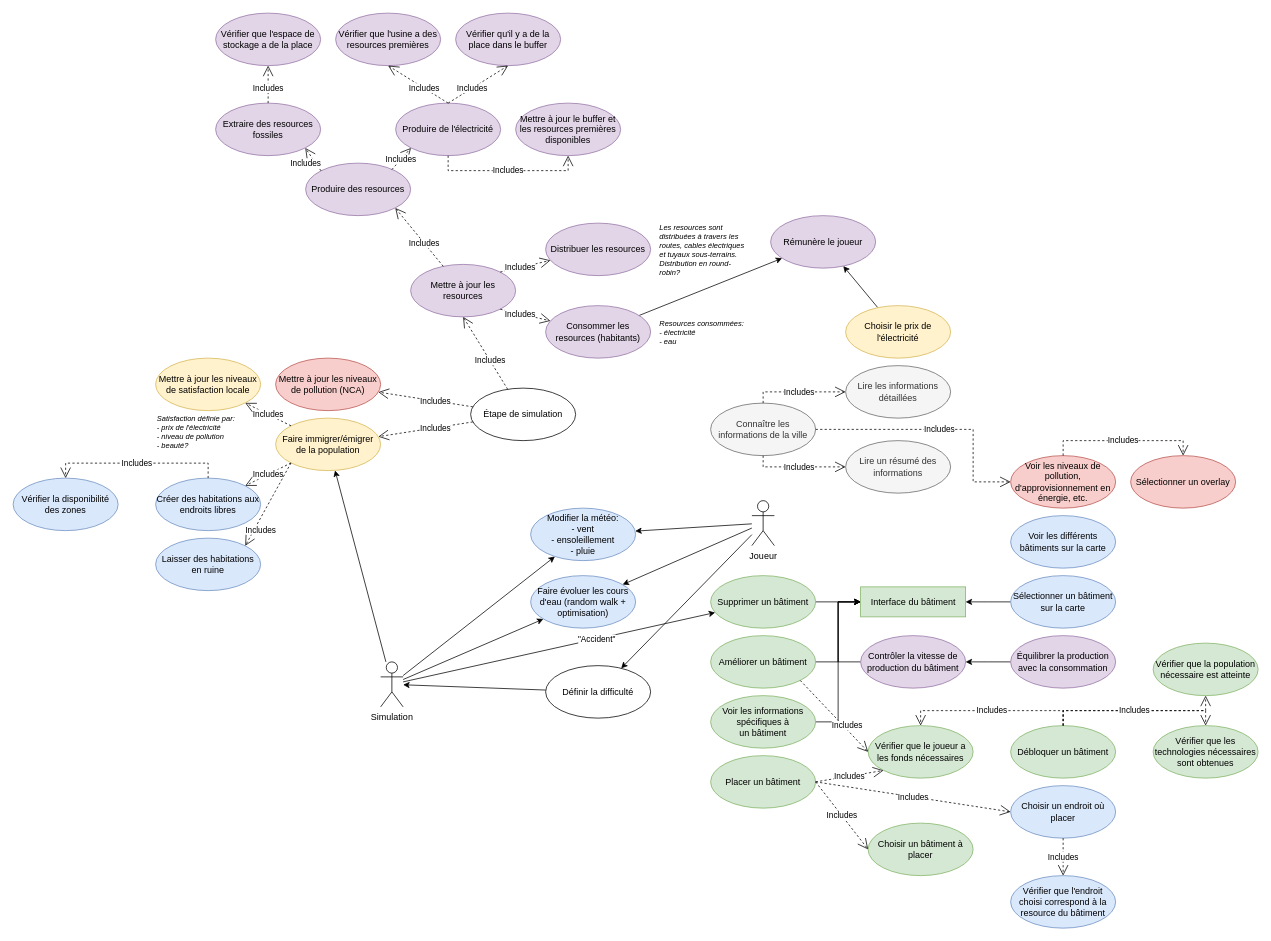
adri326/ap4b-project keeps this draw.io diagram as uml-usecases.drawio. Above is the earlier version. Source tidied: cells renumbered, new cells numbered last; positions are measured from the earlier drawing's top-left corner, leaving out a move shared by most shapes. Both pictures are drawn from the tidied source at 75%, with x=0, y=0 at pixel (13, 13).
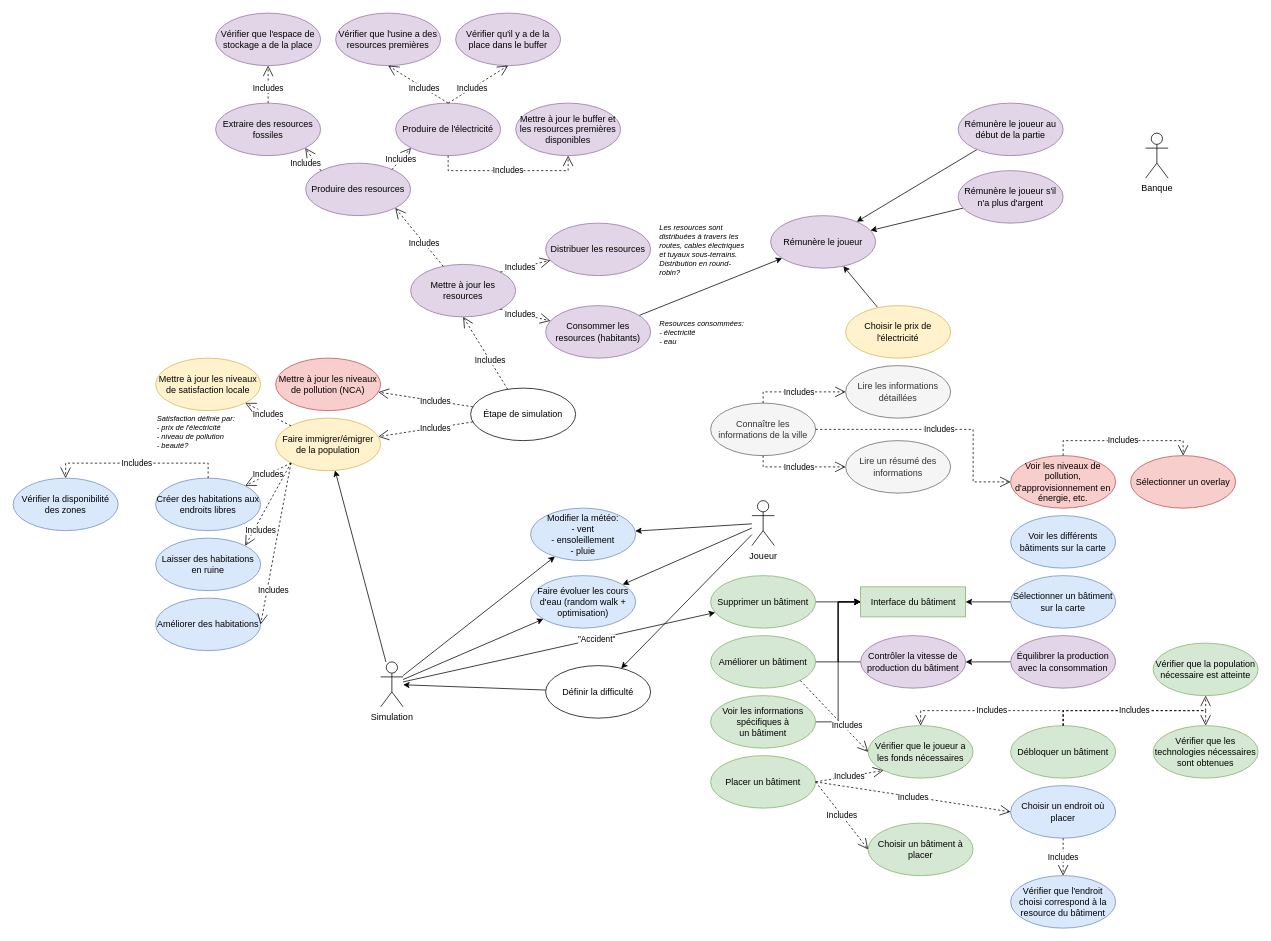
Above is the later version.

Commit message (it also covers changes not shown here):
:sparkles: Usecases for the bank and more classes

The change refers to these unchanged cells:
```xml
<mxCell id="38" value="Faire immigrer/émigrer de la population" style="ellipse;whiteSpace=wrap;html=1;fillColor=#fff2cc;strokeColor=#d6b656;" parent="1" vertex="1">
  <mxGeometry x="350" y="540" width="140" height="70" as="geometry" />
</mxCell>
<mxCell id="89" value="Rémunère le joueur" style="ellipse;whiteSpace=wrap;html=1;fillColor=#e1d5e7;strokeColor=#9673a6;" parent="1" vertex="1">
  <mxGeometry x="1010" y="270" width="140" height="70" as="geometry" />
</mxCell>
```

Diff of the diagram source:
```diff
@@
+    <mxCell id="95" value="Banque" style="shape=umlActor;verticalLabelPosition=bottom;verticalAlign=top;html=1;" parent="1" vertex="1">
+      <mxGeometry x="1510" y="160" width="30" height="60" as="geometry" />
+    </mxCell>
+    <mxCell id="96" style="rounded=0;jettySize=auto;html=1;" parent="1" edge="1" source="97" target="89">
+      <mxGeometry relative="1" as="geometry" />
+    </mxCell>
+    <mxCell id="97" value="Rémunère le joueur s'il n'a plus d'argent" style="ellipse;whiteSpace=wrap;html=1;fillColor=#e1d5e7;strokeColor=#9673a6;" parent="1" vertex="1">
+      <mxGeometry x="1260" y="210" width="140" height="70" as="geometry" />
+    </mxCell>
+    <mxCell id="98" style="edgeStyle=none;rounded=0;jettySize=auto;html=1;" parent="1" edge="1" source="99" target="89">
+      <mxGeometry relative="1" as="geometry" />
+    </mxCell>
+    <mxCell id="99" value="Rémunère le joueur au début de la partie" style="ellipse;whiteSpace=wrap;html=1;fillColor=#e1d5e7;strokeColor=#9673a6;" parent="1" vertex="1">
+      <mxGeometry x="1260" y="120" width="140" height="70" as="geometry" />
+    </mxCell>
+    <mxCell id="100" value="Améliorer des habitations" style="ellipse;whiteSpace=wrap;html=1;fillColor=#dae8fc;strokeColor=#6c8ebf;" parent="1" vertex="1">
+      <mxGeometry x="190" y="780" width="140" height="70" as="geometry" />
+    </mxCell>
+    <mxCell id="101" value="Includes" style="endArrow=open;endSize=12;dashed=1;html=1;rounded=0;exitX=0;exitY=1;exitDx=0;exitDy=0;entryX=1;entryY=0.5;entryDx=0;entryDy=0;" parent="1" edge="1" source="38" target="100">
+      <mxGeometry x="0.56" y="8" relative="1" as="geometry" />
+    </mxCell>
```
